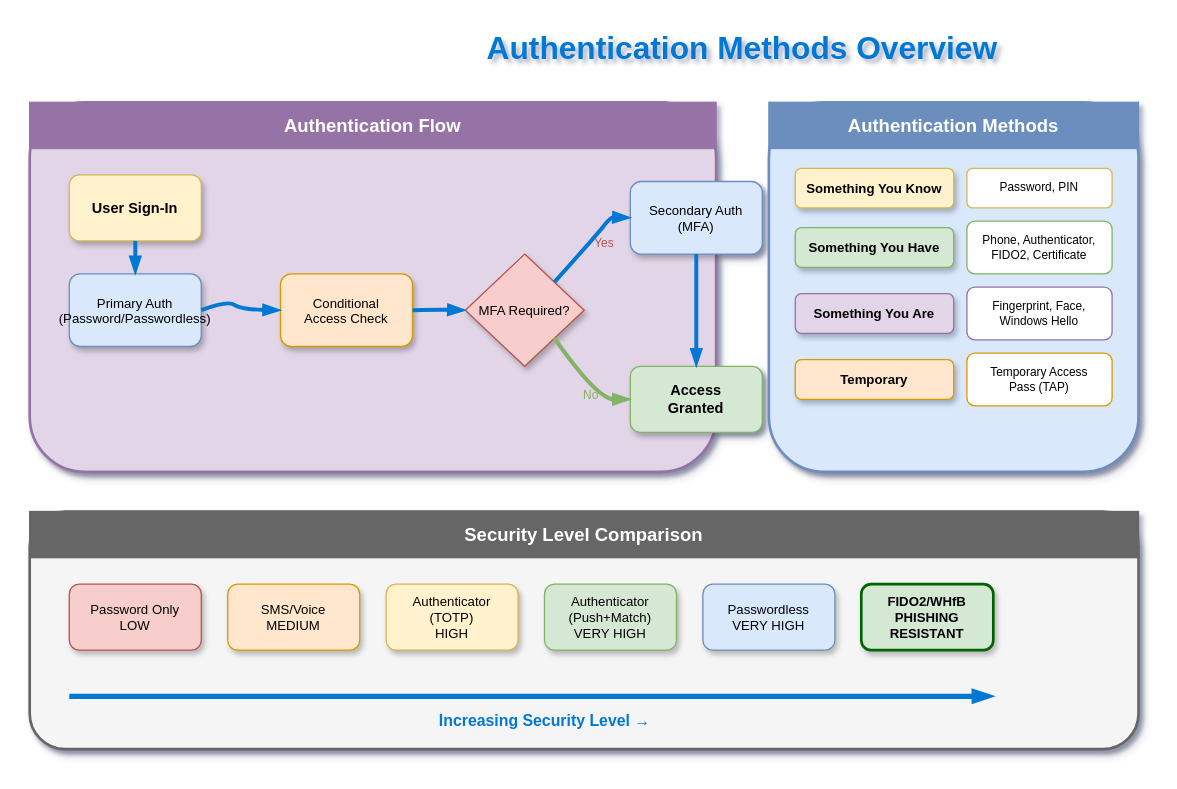
Above: lesson-04-authentication/4.1-authentication-overview/diagram.drawio in MrParkerZ7/document-lesson-ad-entra-x-claude (draw.io), before the change. Source tidied: cells renumbered, new cells numbered last; positions are measured from the earlier drawing's top-left corner, leaving out a move shared by most shapes. Both pictures are drawn from the tidied source at 132%, with x=0, y=0 at pixel (29, 22).
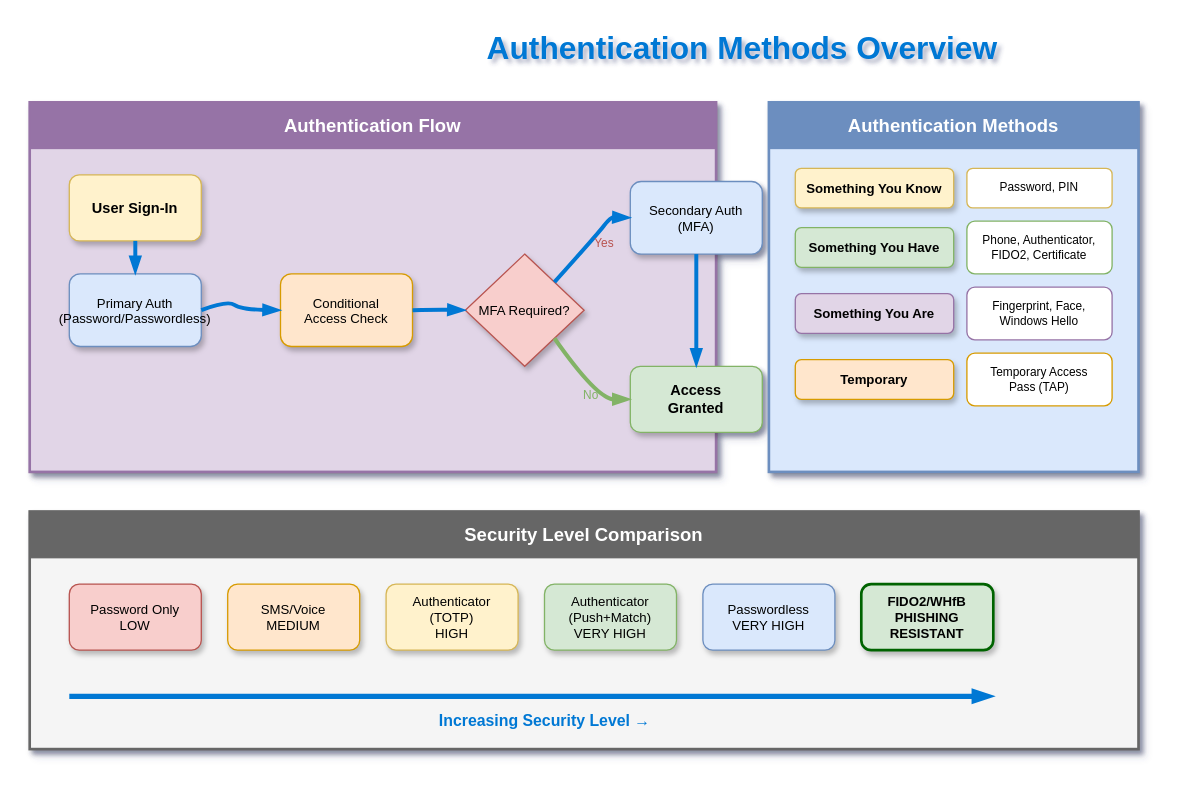
Above is the later version.

Change to the diagram source:
```diff
@@
-    <mxCell id="3" style="rounded=1;whiteSpace=wrap;html=1;fillColor=#e1d5e7;strokeColor=#9673a6;strokeWidth=2;shadow=1;" parent="1" vertex="1">
+    <mxCell id="3" style="rounded=0;whiteSpace=wrap;html=1;fillColor=#e1d5e7;strokeColor=#9673a6;strokeWidth=2;shadow=1;" parent="1" vertex="1">
       <mxGeometry y="60" width="520" height="280" as="geometry" />
     </mxCell>
@@
-    <mxCell id="19" style="rounded=1;whiteSpace=wrap;html=1;fillColor=#dae8fc;strokeColor=#6c8ebf;strokeWidth=2;shadow=1;" parent="1" vertex="1">
+    <mxCell id="19" style="rounded=0;whiteSpace=wrap;html=1;fillColor=#dae8fc;strokeColor=#6c8ebf;strokeWidth=2;shadow=1;" parent="1" vertex="1">
       <mxGeometry x="560" y="60" width="280" height="280" as="geometry" />
     </mxCell>
@@
-    <mxCell id="29" style="rounded=1;whiteSpace=wrap;html=1;fillColor=#f5f5f5;strokeColor=#666666;strokeWidth=2;shadow=1;" parent="1" vertex="1">
+    <mxCell id="29" style="rounded=0;whiteSpace=wrap;html=1;fillColor=#f5f5f5;strokeColor=#666666;strokeWidth=2;shadow=1;" parent="1" vertex="1">
       <mxGeometry y="370" width="840" height="180" as="geometry" />
     </mxCell>
```
